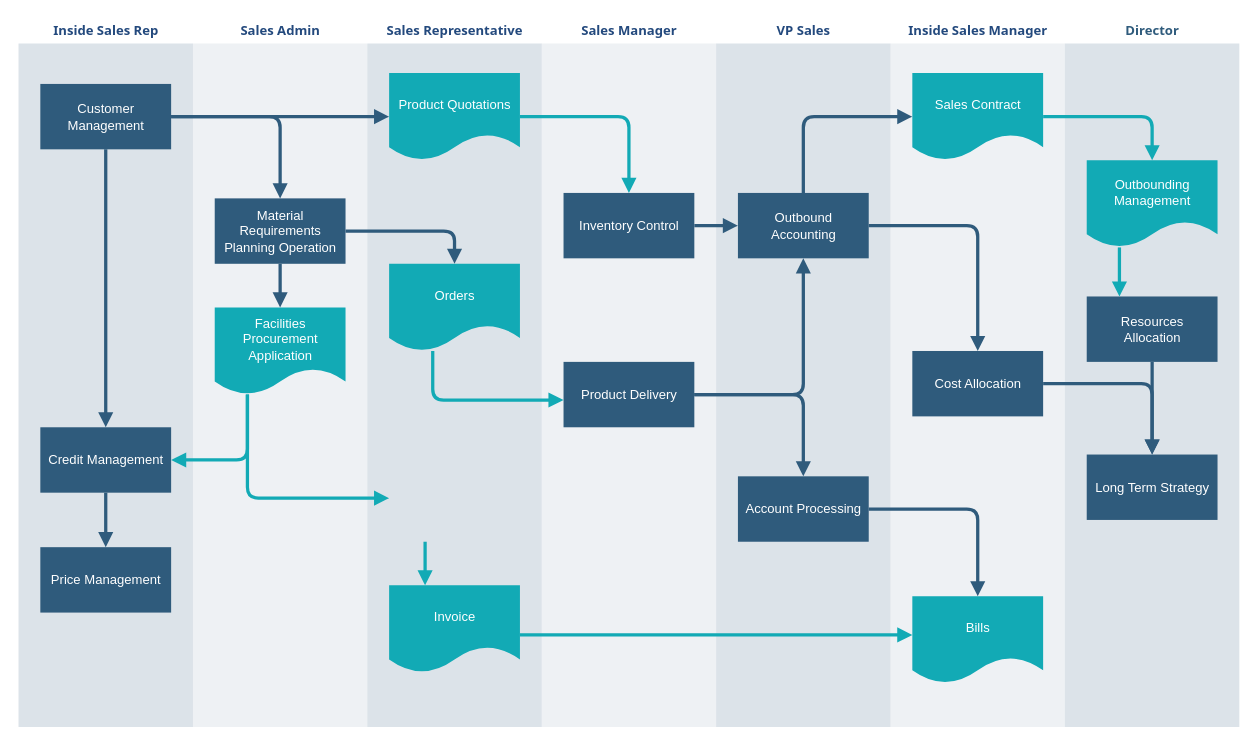
Above: 未命名绘图.drawio in Adamlixi/adamblog.github.io (draw.io), before the change. Source tidied: cells renumbered, new cells numbered last; positions are measured from the earlier drawing's top-left corner, leaving out a move shared by most shapes. Both pictures are drawn from the tidied source at 109%, with x=0, y=0 at pixel (17, 17).
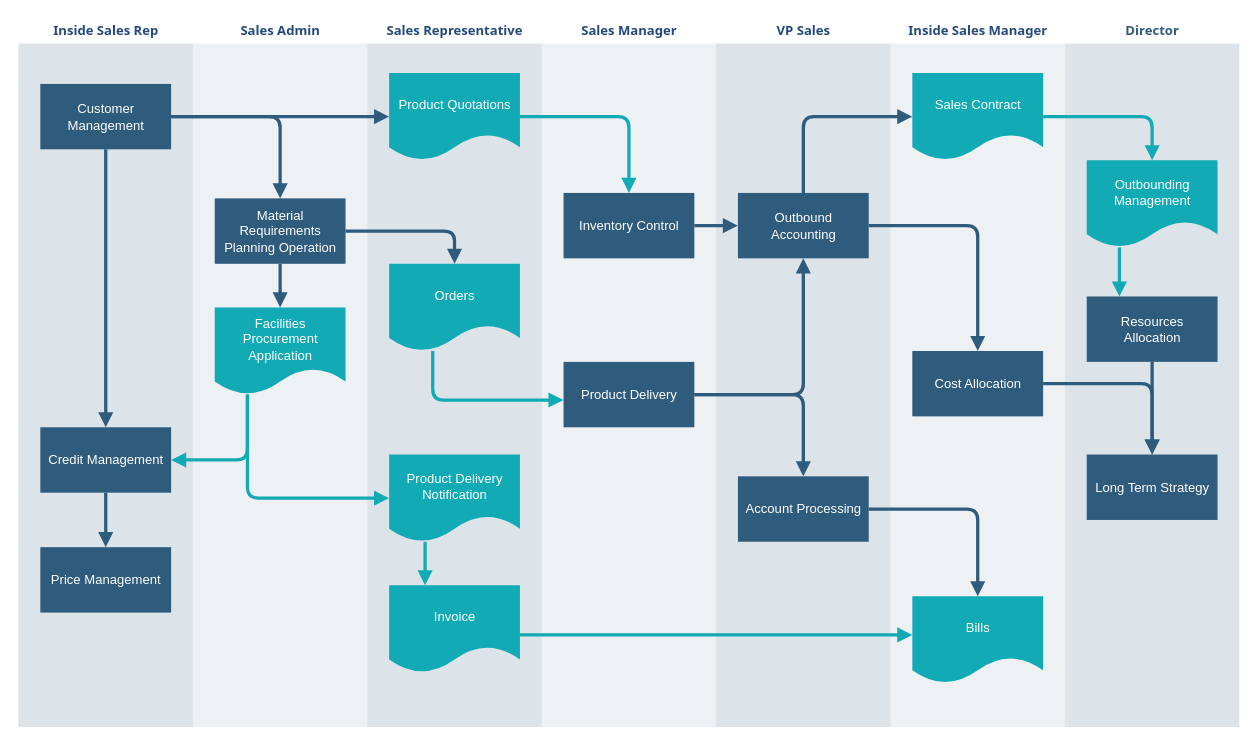
Above is the later version.

Commit message:
已添加 未命名绘图.drawio

The change refers to these unchanged cells:
```xml
<mxCell id="17" value="&lt;font color=&quot;#ffffff&quot;&gt;Facilities Procurement&lt;br&gt;Application&lt;/font&gt;&lt;br&gt; " style="shape=document;whiteSpace=wrap;verticalAlign=middle;strokeColor=none;fillColor=#12aab5;shadow=0;fontColor=#FFFFFF;fontFamily=Helvetica;fontStyle=0;html=1;fontSize=12;spacing=6;spacingBottom=22;" parent="15" vertex="1">
  <mxGeometry x="20" y="265" width="120" height="80" as="geometry" />
</mxCell>
<mxCell id="19" value="&lt;font color=&quot;#23497d&quot;&gt;Sales Representative&lt;/font&gt;" style="swimlane;whiteSpace=wrap;fillColor=none;swimlaneFillColor=#BAC8D3;fontColor=#2F5B7C;fontFamily=Tahoma;html=1;strokeColor=none;opacity=50;" parent="1" vertex="1">
  <mxGeometry x="320.5" y="0.5" width="160" height="650" as="geometry" />
</mxCell>
<mxCell id="22" value="Invoice" style="shape=document;whiteSpace=wrap;verticalAlign=middle;strokeColor=none;fillColor=#12aab5;shadow=0;fontColor=#FFFFFF;fontFamily=Helvetica;fontStyle=0;html=1;fontSize=12;spacing=6;spacingBottom=22;" parent="19" vertex="1">
  <mxGeometry x="20" y="520" width="120" height="80" as="geometry" />
</mxCell>
```

The edit, as a diff of the source:
```diff
@@
+    <mxCell id="49" value="Product Delivery Notification" style="shape=document;whiteSpace=wrap;strokeColor=none;fillColor=#12aab5;shadow=0;fontColor=#FFFFFF;fontFamily=Helvetica;fontStyle=0;html=1;fontSize=12;verticalAlign=middle;spacing=6;spacingBottom=22;" parent="19" vertex="1">
+      <mxGeometry x="20" y="400" width="120" height="80" as="geometry" />
+    </mxCell>
@@
-    <mxCell id="23" style="edgeStyle=segmentEdgeStyle;strokeColor=#12AAB5;strokeWidth=3;html=1;endArrow=block;endFill=1;" parent="19" edge="1" target="22">
+    <mxCell id="23" style="edgeStyle=segmentEdgeStyle;strokeColor=#12AAB5;strokeWidth=3;html=1;endArrow=block;endFill=1;" parent="19" edge="1" source="49" target="22">
       <mxGeometry relative="1" as="geometry">
-        <mxPoint x="53" y="480" as="sourcePoint" />
         <Array as="points">
           <mxPoint x="53" y="501" />
           <mxPoint x="53" y="501" />
         </Array>
       </mxGeometry>
     </mxCell>
@@
-    <mxCell id="36" style="edgeStyle=segmentEdgeStyle;strokeColor=#12AAB5;strokeWidth=3;html=1;endArrow=block;endFill=1;" parent="1" edge="1" source="17">
+    <mxCell id="36" style="edgeStyle=segmentEdgeStyle;strokeColor=#12AAB5;strokeWidth=3;html=1;endArrow=block;endFill=1;" parent="1" edge="1" source="17" target="49">
       <mxGeometry x="234.5" y="433.5" as="geometry">
-        <mxPoint x="340.5" y="440.5" as="targetPoint" />
         <Array as="points">
           <mxPoint x="210.5" y="440.5" />
         </Array>
       </mxGeometry>
     </mxCell>
```
